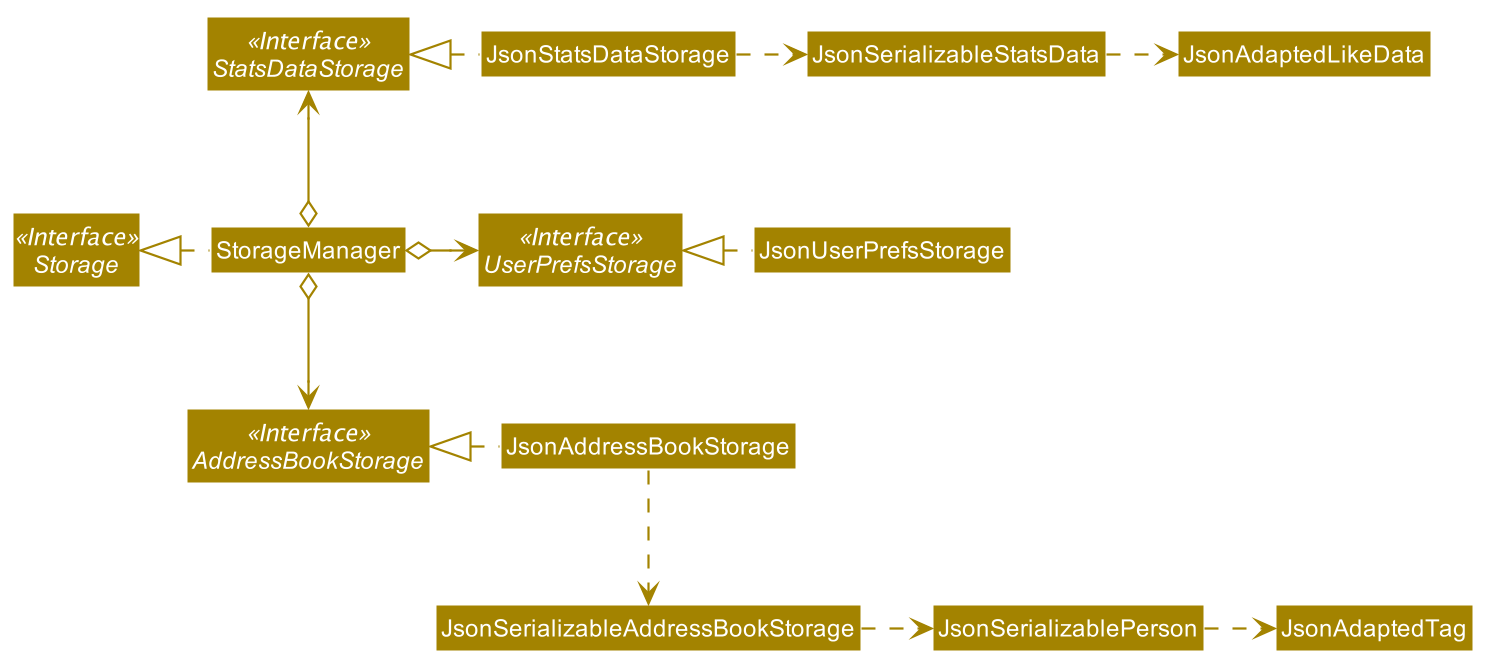
Before: docs/images/StorageClassDiagram.png, a diagram exported from PlantUML (AY1920S1-CS2103T-T16-4/main). Source of this version:
```plantuml
@startuml








skinparam BackgroundColor #FFFFFFF

skinparam Shadowing false

skinparam Class {
    FontColor #FFFFFF
    BorderThickness 1
    BorderColor #FFFFFF
    StereotypeFontColor #FFFFFF
    FontName Arial
}

skinparam Actor {
    BorderColor #000000
    Color #000000
    FontName Arial
}

skinparam Sequence {
    MessageAlign center
    BoxFontSize 15
    BoxPadding 0
    BoxFontColor #FFFFFF
    FontName Arial
}

skinparam Participant {
    FontColor #FFFFFFF
    Padding 20
}

skinparam MinClassWidth 50
skinparam ParticipantPadding 10
skinparam Shadowing false
skinparam DefaultTextAlignment center
skinparam packageStyle Rectangle

hide footbox
hide members
hide circle
skinparam arrowThickness 1.1
skinparam arrowColor #A38300
skinparam classBackgroundColor #A38300

Interface Storage <<Interface>>
Interface UserPrefsStorage <<Interface>>
Interface AddressBookStorage <<Interface>>
Interface StatsDataStorage <<Interface>>

Class StorageManager
Class JsonUserPrefsStorage
Class JsonAddressBookStorage
class JsonStatsDataStorage

StorageManager .left.|> Storage
StorageManager o-right-> UserPrefsStorage
StorageManager o--> AddressBookStorage
StorageManager o-up-> StatsDataStorage

JsonUserPrefsStorage .left.|> UserPrefsStorage

JsonAddressBookStorage .left.|> AddressBookStorage
JsonAddressBookStorage .down.> JsonSerializableAddressBookStorage
JsonSerializableAddressBookStorage .right.> JsonSerializablePerson
JsonSerializablePerson .right.> JsonAdaptedTag

JsonStatsDataStorage .left.|> StatsDataStorage
JsonStatsDataStorage .right.> JsonSerializableStatsData
JsonSerializableStatsData .right.> JsonAdaptedLikeData
@enduml
```
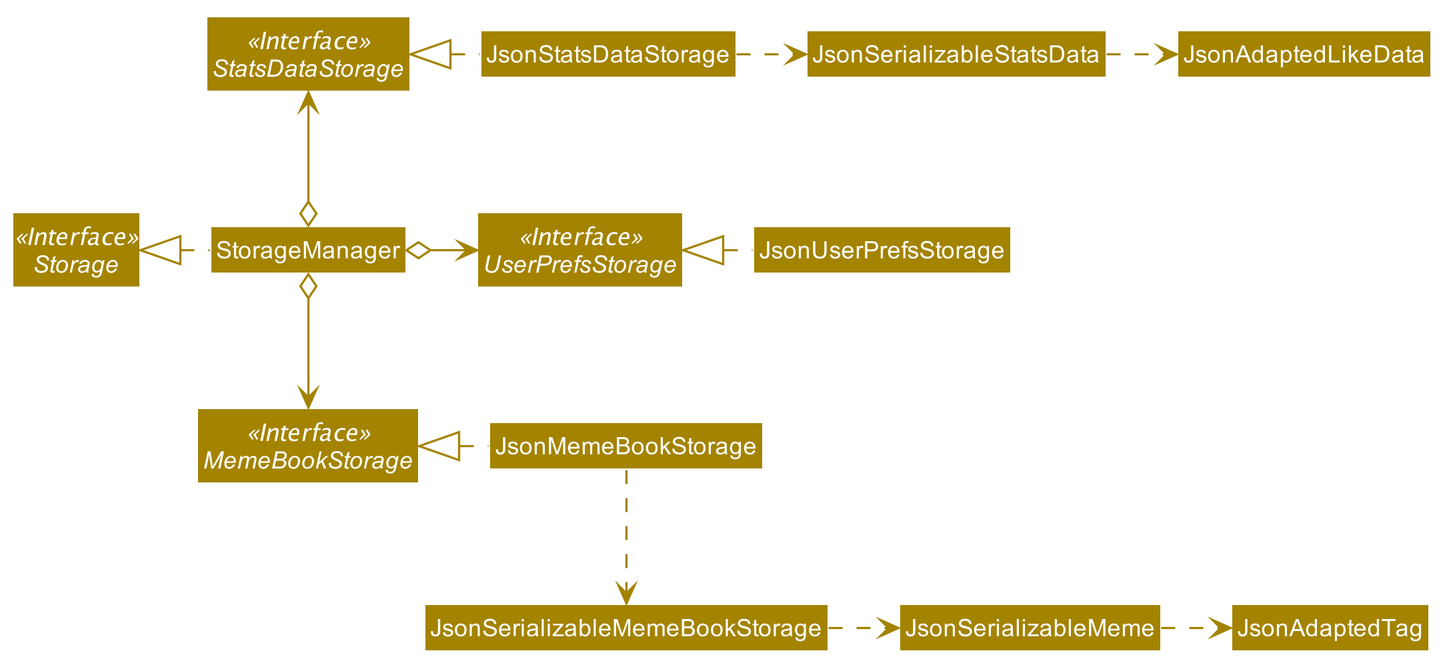
Later version of the same file.

The edit, as a diff of the source:
```diff
@@ -1,4 +1,5 @@
 @startuml
+scale 1.5
 
 
 
@@ -53,25 +54,24 @@
 
 Interface Storage <<Interface>>
 Interface UserPrefsStorage <<Interface>>
-Interface AddressBookStorage <<Interface>>
+Interface MemeBookStorage <<Interface>>
 Interface StatsDataStorage <<Interface>>
 
 Class StorageManager
 Class JsonUserPrefsStorage
-Class JsonAddressBookStorage
+Class JsonMemeBookStorage
 class JsonStatsDataStorage
 
 StorageManager .left.|> Storage
 StorageManager o-right-> UserPrefsStorage
-StorageManager o--> AddressBookStorage
+StorageManager o--> MemeBookStorage
 StorageManager o-up-> StatsDataStorage
 
 JsonUserPrefsStorage .left.|> UserPrefsStorage
-
-JsonAddressBookStorage .left.|> AddressBookStorage
-JsonAddressBookStorage .down.> JsonSerializableAddressBookStorage
-JsonSerializableAddressBookStorage .right.> JsonSerializablePerson
-JsonSerializablePerson .right.> JsonAdaptedTag
+JsonMemeBookStorage .left.|> MemeBookStorage
+JsonMemeBookStorage .down.> JsonSerializableMemeBookStorage
+JsonSerializableMemeBookStorage .right.> JsonSerializableMeme
+JsonSerializableMeme .right.> JsonAdaptedTag
 
 JsonStatsDataStorage .left.|> StatsDataStorage
 JsonStatsDataStorage .right.> JsonSerializableStatsData
```
